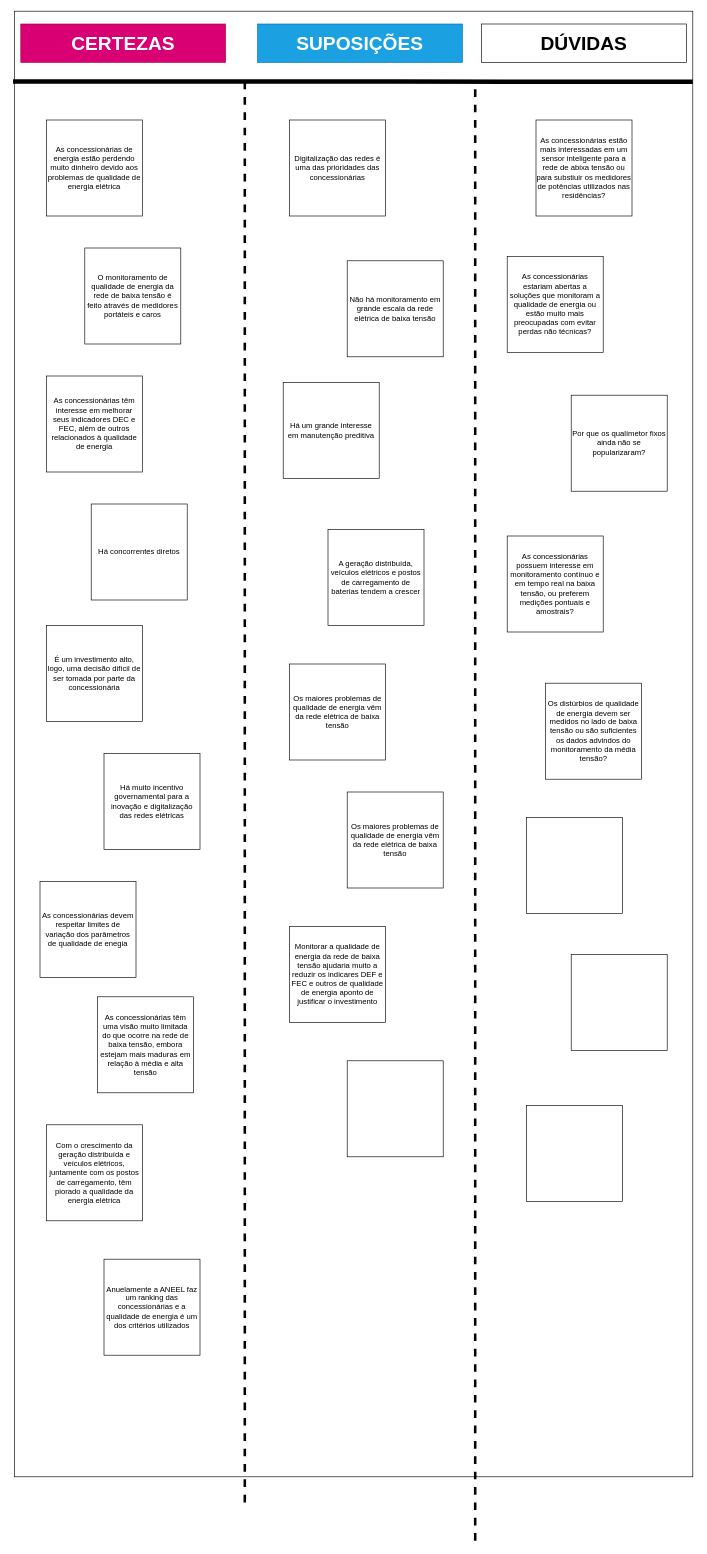
This is page "Matriz_CSD" (1 of 2) of Matriz_CSD.drawio from jo4o-vinicius/Flowchart-of-SIEEL-s-site, a draw.io file, before an edit. Source tidied: cells renumbered, new cells numbered last; positions are measured from the earlier drawing's top-left corner, leaving out a move shared by most shapes. Both pictures are drawn from the tidied source at 64%, with x=0, y=0 at pixel (14, 11).
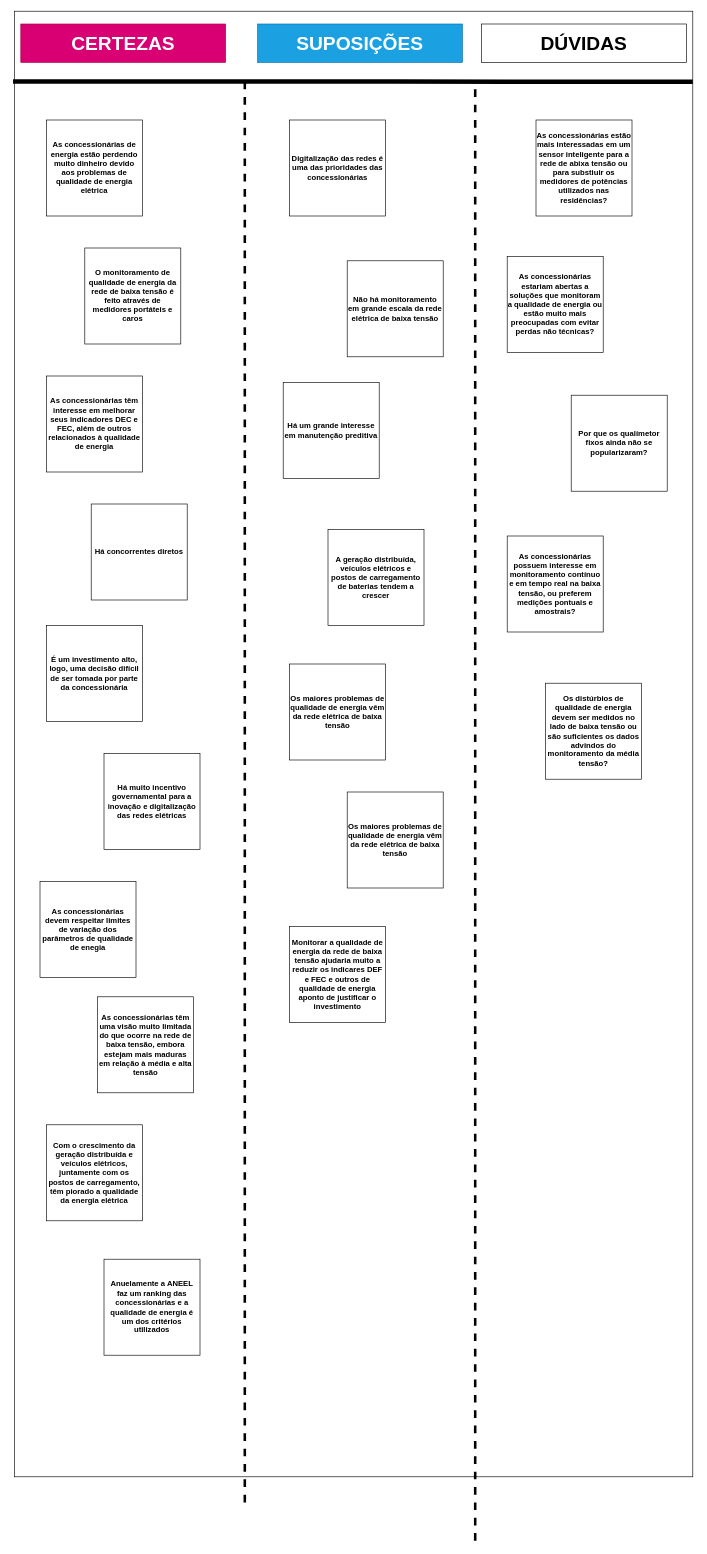
The same page after the edit.

Change to the diagram source:
```diff
@@
-    <mxCell id="9" value="As concessionárias de energia estão perdendo muito dinheiro devido aos problemas de qualidade de energia elétrica" style="whiteSpace=wrap;html=1;" parent="1" vertex="1">
+    <mxCell id="9" value="&lt;font style=&quot;color: light-dark(rgb(0, 0, 0), rgb(0, 0, 0));&quot;&gt;&lt;b&gt;As concessionárias de energia estão perdendo muito dinheiro devido aos problemas de qualidade de energia elétrica&lt;/b&gt;&lt;/font&gt;" style="whiteSpace=wrap;html=1;fillColor=light-dark(#FFFFFF,#99FF99);" parent="1" vertex="1">
       <mxGeometry x="50" y="170" width="150" height="150" as="geometry" />
     </mxCell>
-    <mxCell id="10" value="O monitoramento de qualidade de energia da rede de baixa tensão é feito através de medidores portáteis e caros" style="whiteSpace=wrap;html=1;" parent="1" vertex="1">
+    <mxCell id="10" value="&lt;div style=&quot;&quot;&gt;&lt;b style=&quot;background-color: transparent;&quot;&gt;&lt;font style=&quot;color: light-dark(rgb(0, 0, 0), rgb(0, 0, 0));&quot;&gt;O monitoramento de qualidade de energia da rede de baixa tensão é feito através de medidores portáteis e caros&lt;/font&gt;&lt;/b&gt;&lt;/div&gt;" style="whiteSpace=wrap;html=1;fillColor=light-dark(#FFFFFF,#99FF99);align=center;" parent="1" vertex="1">
       <mxGeometry x="110" y="370" width="150" height="150" as="geometry" />
     </mxCell>
-    <mxCell id="11" value="As concessionárias têm interesse em melhorar seus indicadores DEC e FEC, além de outros relacionados à qualidade de energia" style="whiteSpace=wrap;html=1;" parent="1" vertex="1">
+    <mxCell id="11" value="&lt;font style=&quot;color: light-dark(rgb(0, 0, 0), rgb(0, 0, 0));&quot;&gt;&lt;b&gt;As concessionárias têm interesse em melhorar seus indicadores DEC e FEC, além de outros relacionados à qualidade de energia&lt;/b&gt;&lt;/font&gt;" style="whiteSpace=wrap;html=1;fillColor=light-dark(#FFFFFF,#99FF99);" parent="1" vertex="1">
       <mxGeometry x="50" y="570" width="150" height="150" as="geometry" />
     </mxCell>
-    <mxCell id="12" value="Há concorrentes diretos" style="whiteSpace=wrap;html=1;" parent="1" vertex="1">
+    <mxCell id="12" value="&lt;font style=&quot;color: light-dark(rgb(0, 0, 0), rgb(0, 0, 0));&quot;&gt;&lt;b&gt;Há concorrentes diretos&lt;/b&gt;&lt;/font&gt;" style="whiteSpace=wrap;html=1;fillColor=light-dark(#FFFFFF,#99FF99);" parent="1" vertex="1">
       <mxGeometry x="120" y="770" width="150" height="150" as="geometry" />
     </mxCell>
-    <mxCell id="13" value="Digitalização das redes é uma das prioridades das concessionárias" style="whiteSpace=wrap;html=1;" parent="1" vertex="1">
+    <mxCell id="13" value="&lt;font style=&quot;color: light-dark(rgb(0, 0, 0), rgb(0, 0, 0));&quot;&gt;&lt;b&gt;Digitalização das redes é uma das prioridades das concessionárias&lt;/b&gt;&lt;/font&gt;" style="whiteSpace=wrap;html=1;fillColor=light-dark(#FFFFFF,#99CCFF);" parent="1" vertex="1">
       <mxGeometry x="430" y="170" width="150" height="150" as="geometry" />
     </mxCell>
-    <mxCell id="14" value="Não há monitoramento em grande escala da rede elétrica de baixa tensão" style="whiteSpace=wrap;html=1;" parent="1" vertex="1">
+    <mxCell id="14" value="&lt;font style=&quot;color: light-dark(rgb(0, 0, 0), rgb(0, 0, 0));&quot;&gt;&lt;b&gt;Não há monitoramento em grande escala da rede elétrica de baixa tensão&lt;/b&gt;&lt;/font&gt;" style="whiteSpace=wrap;html=1;fillColor=light-dark(#FFFFFF,#99CCFF);" parent="1" vertex="1">
       <mxGeometry x="520" y="390" width="150" height="150" as="geometry" />
     </mxCell>
-    <mxCell id="15" value="É um investimento alto, logo, uma decisão difícil de ser tomada por parte da concessionária" style="whiteSpace=wrap;html=1;" parent="1" vertex="1">
+    <mxCell id="15" value="&lt;font style=&quot;color: light-dark(rgb(0, 0, 0), rgb(0, 0, 0));&quot;&gt;&lt;b&gt;É um investimento alto, logo, uma decisão difícil de ser tomada por parte da concessionária&lt;/b&gt;&lt;/font&gt;" style="whiteSpace=wrap;html=1;fillColor=light-dark(#FFFFFF,#99FF99);" parent="1" vertex="1">
       <mxGeometry x="50" y="960" width="150" height="150" as="geometry" />
     </mxCell>
-    <mxCell id="16" value="Há muito incentivo governamental para a inovação e digitalização das redes elétricas" style="whiteSpace=wrap;html=1;" parent="1" vertex="1">
+    <mxCell id="16" value="&lt;font style=&quot;color: light-dark(rgb(0, 0, 0), rgb(0, 0, 0));&quot;&gt;&lt;b&gt;Há muito incentivo governamental para a inovação e digitalização das redes elétricas&lt;/b&gt;&lt;/font&gt;" style="whiteSpace=wrap;html=1;fillColor=light-dark(#FFFFFF,#99FF99);" parent="1" vertex="1">
       <mxGeometry x="140" y="1160" width="150" height="150" as="geometry" />
     </mxCell>
-    <mxCell id="17" value="As concessionárias estão mais interessadas em um sensor inteligente para a rede de abixa tensão ou para substiuir os medidores de potências utilizados nas residências?" style="whiteSpace=wrap;html=1;" parent="1" vertex="1">
+    <mxCell id="17" value="&lt;font style=&quot;color: light-dark(rgb(0, 0, 0), rgb(0, 0, 0));&quot;&gt;&lt;b&gt;As concessionárias estão mais interessadas em um sensor inteligente para a rede de abixa tensão ou para substiuir os medidores de potências utilizados nas residências?&lt;/b&gt;&lt;/font&gt;" style="whiteSpace=wrap;html=1;fillColor=light-dark(#FFFFFF,#FF99CC);" parent="1" vertex="1">
       <mxGeometry x="815" y="170" width="150" height="150" as="geometry" />
     </mxCell>
-    <mxCell id="18" value="As concessionárias estariam abertas a soluções que monitoram a qualidade de energia ou estão muito mais preocupadas com evitar perdas não técnicas?" style="whiteSpace=wrap;html=1;" parent="1" vertex="1">
+    <mxCell id="18" value="&lt;font style=&quot;color: light-dark(rgb(0, 0, 0), rgb(0, 0, 0));&quot;&gt;&lt;b&gt;As concessionárias estariam abertas a soluções que monitoram a qualidade de energia ou estão muito mais preocupadas com evitar perdas não técnicas?&lt;/b&gt;&lt;/font&gt;" style="whiteSpace=wrap;html=1;fillColor=light-dark(#FFFFFF,#FF99CC);" parent="1" vertex="1">
       <mxGeometry x="770" y="383" width="150" height="150" as="geometry" />
     </mxCell>
-    <mxCell id="19" value="Por que os qualímetor fixos ainda não se popularizaram?" style="whiteSpace=wrap;html=1;" parent="1" vertex="1">
+    <mxCell id="19" value="&lt;font style=&quot;color: light-dark(rgb(0, 0, 0), rgb(0, 0, 0));&quot;&gt;&lt;b&gt;Por que os qualímetor fixos ainda não se popularizaram?&lt;/b&gt;&lt;/font&gt;" style="whiteSpace=wrap;html=1;fillColor=light-dark(#FFFFFF,#FF99CC);" parent="1" vertex="1">
       <mxGeometry x="870" y="600" width="150" height="150" as="geometry" />
     </mxCell>
-    <mxCell id="20" value="As concessionárias possuem interesse em monitoramento contínuo e em tempo real na baixa tensão, ou preferem medições pontuais e amostrais?" style="whiteSpace=wrap;html=1;" parent="1" vertex="1">
+    <mxCell id="20" value="&lt;font style=&quot;color: light-dark(rgb(0, 0, 0), rgb(0, 0, 0));&quot;&gt;&lt;b&gt;As concessionárias possuem interesse em monitoramento contínuo e em tempo real na baixa tensão, ou preferem medições pontuais e amostrais?&lt;/b&gt;&lt;/font&gt;" style="whiteSpace=wrap;html=1;fillColor=light-dark(#FFFFFF,#FF99CC);" parent="1" vertex="1">
       <mxGeometry x="770" y="820" width="150" height="150" as="geometry" />
     </mxCell>
-    <mxCell id="21" value="As concessionárias devem respeitar limites de variação dos parâmetros de qualidade de enegia" style="whiteSpace=wrap;html=1;" parent="1" vertex="1">
+    <mxCell id="21" value="&lt;font style=&quot;color: light-dark(rgb(0, 0, 0), rgb(0, 0, 0));&quot;&gt;&lt;b&gt;As concessionárias devem respeitar limites de variação dos parâmetros de qualidade de enegia&lt;/b&gt;&lt;/font&gt;" style="whiteSpace=wrap;html=1;fillColor=light-dark(#FFFFFF,#99FF99);" parent="1" vertex="1">
       <mxGeometry x="40" y="1360" width="150" height="150" as="geometry" />
     </mxCell>
-    <mxCell id="22" value="Há um grande interesse em manutenção preditiva" style="whiteSpace=wrap;html=1;" parent="1" vertex="1">
+    <mxCell id="22" value="&lt;font style=&quot;color: light-dark(rgb(0, 0, 0), rgb(0, 0, 0));&quot;&gt;&lt;b&gt;Há um grande interesse em manutenção preditiva&lt;/b&gt;&lt;/font&gt;" style="whiteSpace=wrap;html=1;fillColor=light-dark(#FFFFFF,#99CCFF);" parent="1" vertex="1">
       <mxGeometry x="420" y="580" width="150" height="150" as="geometry" />
     </mxCell>
-    <mxCell id="23" value="As concessionárias têm uma visão muito limitada do que ocorre na rede de baixa tensão, embora estejam mais maduras em relação à média e alta tensão" style="whiteSpace=wrap;html=1;" parent="1" vertex="1">
+    <mxCell id="23" value="&lt;font style=&quot;color: light-dark(rgb(0, 0, 0), rgb(0, 0, 0));&quot;&gt;&lt;b&gt;As concessionárias têm uma visão muito limitada do que ocorre na rede de baixa tensão, embora estejam mais maduras em relação à média e alta tensão&lt;/b&gt;&lt;/font&gt;" style="whiteSpace=wrap;html=1;fillColor=light-dark(#FFFFFF,#99FF99);" parent="1" vertex="1">
       <mxGeometry x="130" y="1540" width="150" height="150" as="geometry" />
     </mxCell>
-    <mxCell id="24" value="Com o crescimento da geração distribuída e veículos elétricos, juntamente com os postos de carregamento, têm piorado a qualidade da energia elétrica" style="whiteSpace=wrap;html=1;" parent="1" vertex="1">
+    <mxCell id="24" value="&lt;font style=&quot;color: light-dark(rgb(0, 0, 0), rgb(0, 0, 0));&quot;&gt;&lt;b&gt;Com o crescimento da geração distribuída e veículos elétricos, juntamente com os postos de carregamento, têm piorado a qualidade da energia elétrica&lt;/b&gt;&lt;/font&gt;" style="whiteSpace=wrap;html=1;fillColor=light-dark(#FFFFFF,#99FF99);" parent="1" vertex="1">
       <mxGeometry x="50" y="1740" width="150" height="150" as="geometry" />
     </mxCell>
-    <mxCell id="25" value="A geração distribuída, veículos elétricos e postos de carregamento de baterias tendem a crescer" style="whiteSpace=wrap;html=1;" parent="1" vertex="1">
+    <mxCell id="25" value="&lt;font style=&quot;color: light-dark(rgb(0, 0, 0), rgb(0, 0, 0));&quot;&gt;&lt;b&gt;A geração distribuída, veículos elétricos e postos de carregamento de baterias tendem a crescer&lt;/b&gt;&lt;/font&gt;" style="whiteSpace=wrap;html=1;fillColor=light-dark(#FFFFFF,#99CCFF);" parent="1" vertex="1">
       <mxGeometry x="490" y="810" width="150" height="150" as="geometry" />
     </mxCell>
-    <mxCell id="26" value="Anuelamente a ANEEL faz um ranking das concessionárias e a qualidade de energia é um dos critérios utilizados" style="whiteSpace=wrap;html=1;" parent="1" vertex="1">
+    <mxCell id="26" value="&lt;font style=&quot;color: light-dark(rgb(0, 0, 0), rgb(0, 0, 0));&quot;&gt;&lt;b&gt;Anuelamente a ANEEL faz um ranking das concessionárias e a qualidade de energia é um dos critérios utilizados&lt;/b&gt;&lt;/font&gt;" style="whiteSpace=wrap;html=1;fillColor=light-dark(#FFFFFF,#99FF99);" parent="1" vertex="1">
       <mxGeometry x="140" y="1950" width="150" height="150" as="geometry" />
     </mxCell>
-    <mxCell id="27" value="Os maiores problemas de qualidade de energia vêm da rede elétrica de baixa tensão" style="whiteSpace=wrap;html=1;" parent="1" vertex="1">
+    <mxCell id="27" value="&lt;b&gt;&lt;font style=&quot;color: light-dark(rgb(0, 0, 0), rgb(0, 0, 0));&quot;&gt;Os maiores problemas de qualidade de energia vêm da rede elétrica de baixa tensão&lt;/font&gt;&lt;/b&gt;" style="whiteSpace=wrap;html=1;fillColor=light-dark(#FFFFFF,#99CCFF);" parent="1" vertex="1">
       <mxGeometry x="430" y="1020" width="150" height="150" as="geometry" />
     </mxCell>
-    <mxCell id="28" value="Os maiores problemas de qualidade de energia vêm da rede elétrica de baixa tensão" style="whiteSpace=wrap;html=1;" parent="1" vertex="1">
+    <mxCell id="28" value="&lt;font style=&quot;color: light-dark(rgb(0, 0, 0), rgb(0, 0, 0));&quot;&gt;&lt;b&gt;Os maiores problemas de qualidade de energia vêm da rede elétrica de baixa tensão&lt;/b&gt;&lt;/font&gt;" style="whiteSpace=wrap;html=1;fillColor=light-dark(#FFFFFF,#99CCFF);" parent="1" vertex="1">
       <mxGeometry x="520" y="1220" width="150" height="150" as="geometry" />
     </mxCell>
-    <mxCell id="29" value="Monitorar a qualidade de energia da rede de baixa tensão ajudaria muito a reduzir os indicares DEF e FEC e outros de qualidade de energia aponto de justificar o investimento" style="whiteSpace=wrap;html=1;" parent="1" vertex="1">
+    <mxCell id="29" value="&lt;font style=&quot;color: light-dark(rgb(0, 0, 0), rgb(0, 0, 0));&quot;&gt;&lt;b&gt;Monitorar a qualidade de energia da rede de baixa tensão ajudaria muito a reduzir os indicares DEF e FEC e outros de qualidade de energia aponto de justificar o investimento&lt;/b&gt;&lt;/font&gt;" style="whiteSpace=wrap;html=1;fillColor=light-dark(#FFFFFF,#99CCFF);" parent="1" vertex="1">
       <mxGeometry x="430" y="1430" width="150" height="150" as="geometry" />
     </mxCell>
-    <mxCell id="30" style="whiteSpace=wrap;html=1;" parent="1" vertex="1">
-      <mxGeometry x="520" y="1640" width="150" height="150" as="geometry" />
-    </mxCell>
-    <mxCell id="31" value="Os distúrbios de qualidade de energia devem ser medidos no lado de baixa tensão ou são suficientes os dados advindos do monitoramento da média tensão?" style="whiteSpace=wrap;html=1;" parent="1" vertex="1">
+    <mxCell id="31" value="&lt;font style=&quot;color: light-dark(rgb(0, 0, 0), rgb(0, 0, 0));&quot;&gt;&lt;b&gt;Os distúrbios de qualidade de energia devem ser medidos no lado de baixa tensão ou são suficientes os dados advindos do monitoramento da média tensão?&lt;/b&gt;&lt;/font&gt;" style="whiteSpace=wrap;html=1;fillColor=light-dark(#FFFFFF,#FF99CC);" parent="1" vertex="1">
       <mxGeometry x="830" y="1050" width="150" height="150" as="geometry" />
     </mxCell>
-    <mxCell id="32" style="whiteSpace=wrap;html=1;" parent="1" vertex="1">
-      <mxGeometry x="800" y="1260" width="150" height="150" as="geometry" />
-    </mxCell>
-    <mxCell id="33" style="whiteSpace=wrap;html=1;" parent="1" vertex="1">
-      <mxGeometry x="870" y="1474" width="150" height="150" as="geometry" />
-    </mxCell>
-    <mxCell id="34" style="whiteSpace=wrap;html=1;" parent="1" vertex="1">
-      <mxGeometry x="800" y="1710" width="150" height="150" as="geometry" />
-    </mxCell>
```
